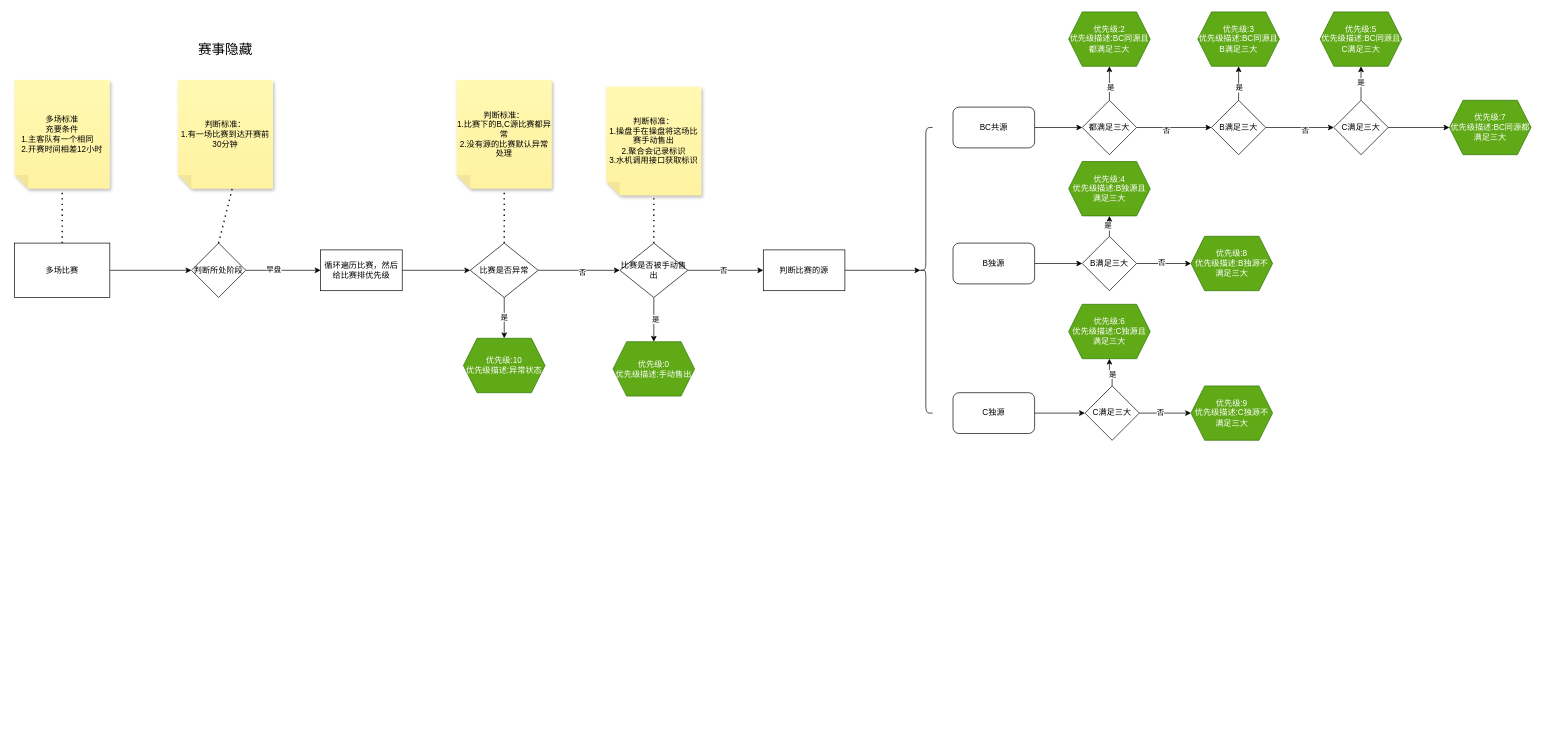
Before: 水机赛事隐藏.drawio in HaivenZhang/draw-io-files, a draw.io diagram. Source tidied: cells renumbered, new cells numbered last; positions are measured from the earlier drawing's top-left corner, leaving out a move shared by most shapes. Both pictures are drawn from the tidied source at 68%, with x=0, y=0 at pixel (14, 12).
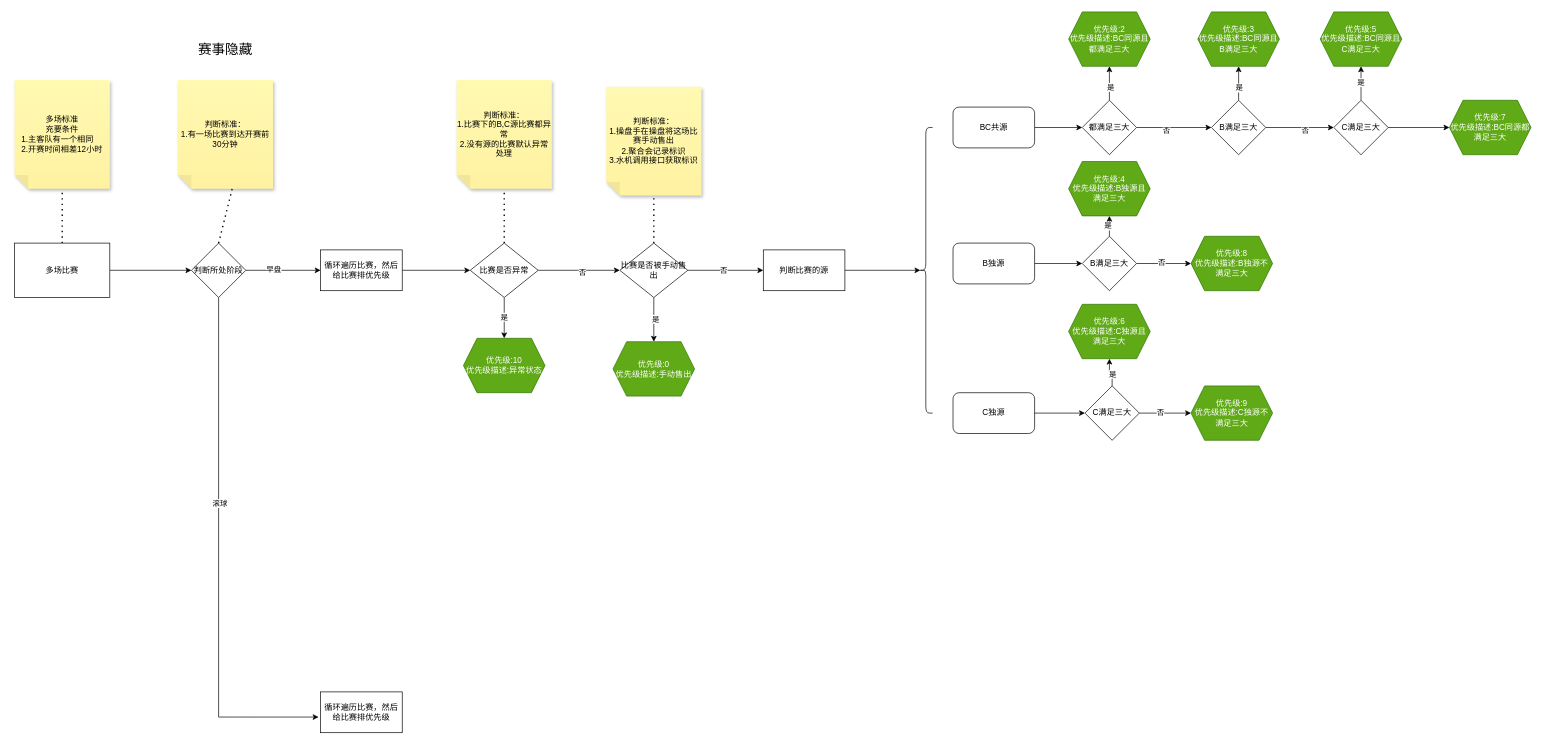
Above is the later version.

Commit message (it also covers changes not shown here):
更新水机赛事隐藏.drawio

The change refers to these unchanged cells:
```xml
<mxCell id="9" value="判断所处阶段" style="rhombus;whiteSpace=wrap;html=1;" parent="1" vertex="1">
  <mxGeometry x="260" y="340" width="80" height="80" as="geometry" />
</mxCell>
```

Change to the diagram source:
```diff
@@
+    <mxCell id="72" value="循环遍历比赛，然后给比赛排优先级" style="rounded=0;whiteSpace=wrap;html=1;" parent="1" vertex="1">
+      <mxGeometry x="450" y="1000" width="120" height="60" as="geometry" />
+    </mxCell>
+    <mxCell id="73" style="edgeStyle=orthogonalEdgeStyle;rounded=0;jettySize=auto;html=1;entryX=-0.025;entryY=0.617;entryDx=0;entryDy=0;entryPerimeter=0;" parent="1" edge="1" source="9" target="72">
+      <mxGeometry relative="1" as="geometry">
+        <Array as="points">
+          <mxPoint x="300" y="1037" />
+        </Array>
+      </mxGeometry>
+    </mxCell>
+    <mxCell id="74" value="滚球" style="edgeLabel;html=1;align=center;verticalAlign=middle;" parent="73" vertex="1">
+      <mxGeometry x="-0.21" y="1" relative="1" as="geometry" />
+    </mxCell>
```
